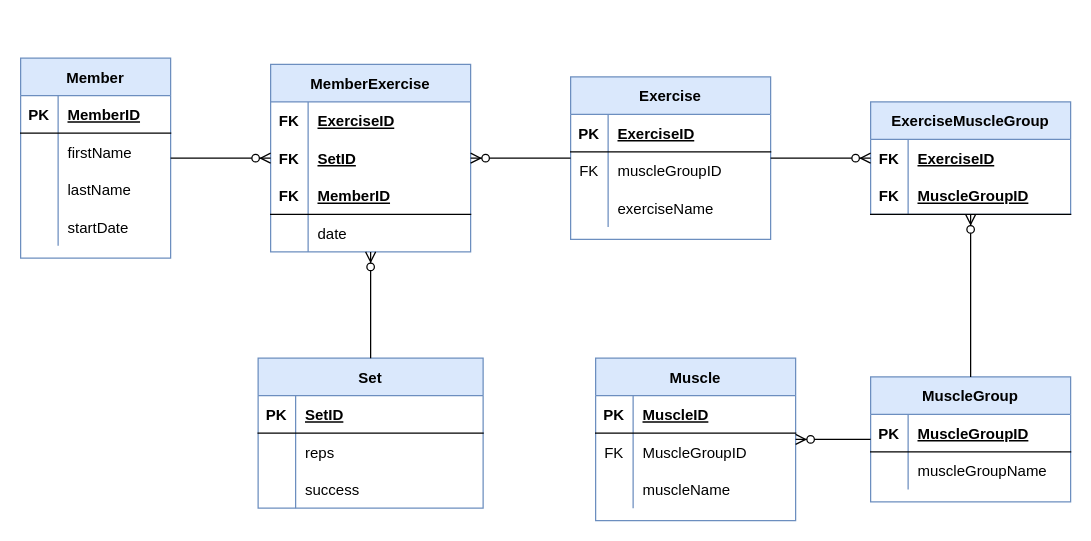
The draw.io diagram ERD.drawio in shigerukenzo/GymApp, before the edit. Source tidied: cells renumbered, new cells numbered last; positions are measured from the earlier drawing's top-left corner, leaving out a move shared by most shapes. Both pictures are drawn from the tidied source at 125%, with x=0, y=0 at pixel (20, 58).
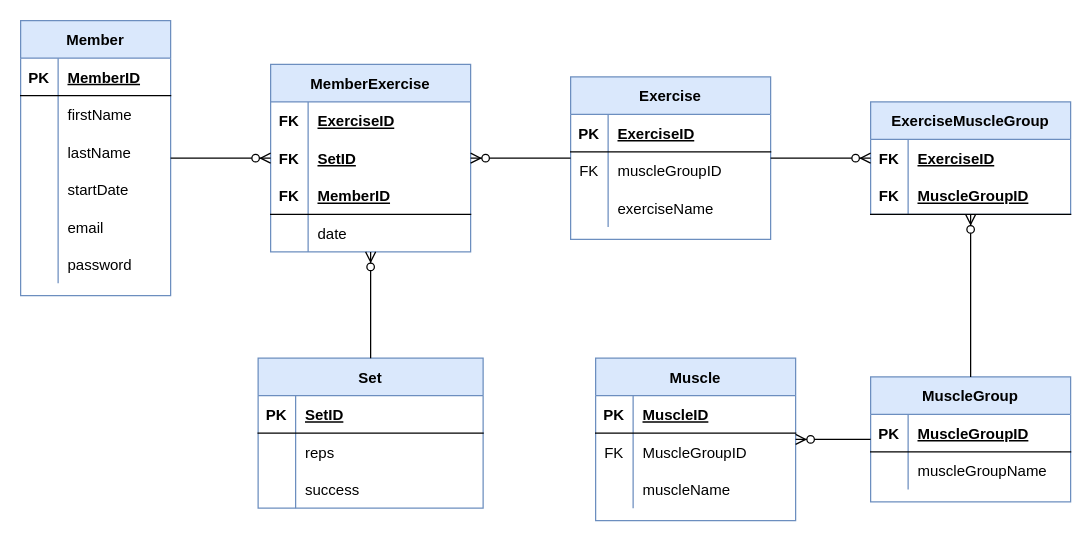
Above is the later version.

Diff of the diagram source:
```diff
@@
     <mxCell id="2" value="Member" style="shape=table;startSize=30;childLayout=tableLayout;rowLines=0;fontStyle=1;align=center;fillColor=#dae8fc;strokeColor=#6c8ebf;" parent="1" vertex="1">
-      <mxGeometry width="120" height="160" as="geometry" />
+      <mxGeometry y="-30" width="120" height="220" as="geometry" />
     </mxCell>
@@
+    <mxCell id="78" style="shape=tableRow;horizontal=0;startSize=0;swimlaneHead=0;swimlaneBody=0;fillColor=none;top=0;left=0;right=0;bottom=0;" parent="2" vertex="1">
+      <mxGeometry y="150" width="120" height="30" as="geometry" />
+    </mxCell>
+    <mxCell id="79" style="shape=partialRectangle;fillColor=none;top=0;left=0;bottom=0;right=0;overflow=hidden;" parent="78" vertex="1">
+      <mxGeometry width="30" height="30" as="geometry" />
+    </mxCell>
+    <mxCell id="80" value="email" style="shape=partialRectangle;fillColor=none;top=0;left=0;bottom=0;right=0;align=left;spacingLeft=6;overflow=hidden;" parent="78" vertex="1">
+      <mxGeometry x="30" width="90" height="30" as="geometry" />
+    </mxCell>
+    <mxCell id="81" style="shape=tableRow;horizontal=0;startSize=0;swimlaneHead=0;swimlaneBody=0;fillColor=none;top=0;left=0;right=0;bottom=0;" parent="2" vertex="1">
+      <mxGeometry y="180" width="120" height="30" as="geometry" />
+    </mxCell>
+    <mxCell id="82" style="shape=partialRectangle;fillColor=none;top=0;left=0;bottom=0;right=0;overflow=hidden;" parent="81" vertex="1">
+      <mxGeometry width="30" height="30" as="geometry" />
+    </mxCell>
+    <mxCell id="83" value="password" style="shape=partialRectangle;fillColor=none;top=0;left=0;bottom=0;right=0;align=left;spacingLeft=6;overflow=hidden;" parent="81" vertex="1">
+      <mxGeometry x="30" width="90" height="30" as="geometry" />
+    </mxCell>
```
